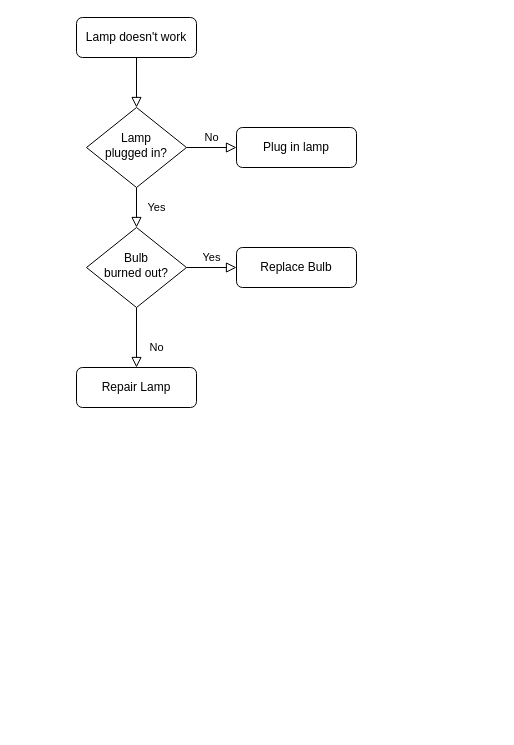
Earlier version of the draw.io diagram 제목 없는 다이어그램.drawio (chamatung/TourKuma). Source tidied: cells renumbered, new cells numbered last; positions are measured from the earlier drawing's top-left corner, leaving out a move shared by most shapes. Both pictures are drawn from the tidied source at 100%, with x=0, y=0 at pixel (76, 17).
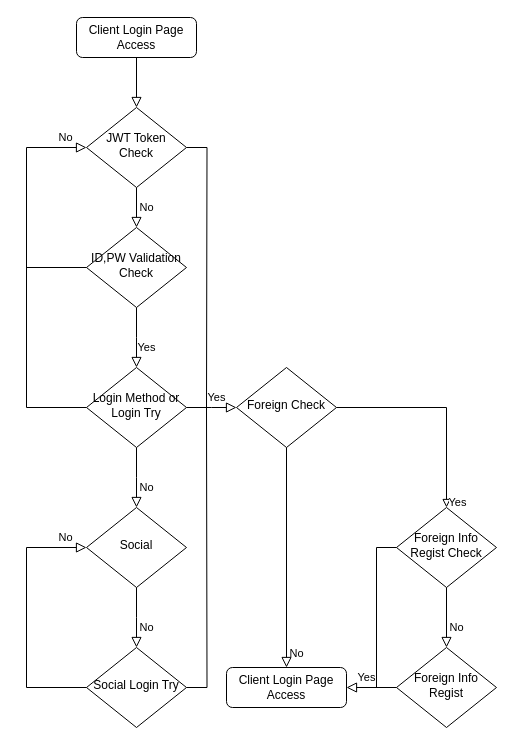
The same page after the edit.

The edit, as a diff of the source:
```diff
@@
-    <mxCell id="3" value="Lamp doesn't work" style="rounded=1;whiteSpace=wrap;html=1;fontSize=12;glass=0;strokeWidth=1;shadow=0;" parent="1" vertex="1">
+    <mxCell id="3" value="Client Login Page Access" style="rounded=1;whiteSpace=wrap;html=1;fontSize=12;glass=0;strokeWidth=1;shadow=0;" parent="1" vertex="1">
       <mxGeometry width="120" height="40" as="geometry" />
     </mxCell>
-    <mxCell id="4" value="Yes" style="rounded=0;html=1;jettySize=auto;fontSize=11;endArrow=block;endFill=0;endSize=8;strokeWidth=1;shadow=0;labelBackgroundColor=none;edgeStyle=orthogonalEdgeStyle;" parent="1" edge="1" source="6" target="10">
-      <mxGeometry y="20" relative="1" as="geometry" />
+    <mxCell id="4" value="No" style="rounded=0;html=1;jettySize=auto;fontSize=11;endArrow=block;endFill=0;endSize=8;strokeWidth=1;shadow=0;labelBackgroundColor=none;edgeStyle=orthogonalEdgeStyle;" parent="1" edge="1" source="6" target="10">
+      <mxGeometry y="10" relative="1" as="geometry" />
     </mxCell>
-    <mxCell id="5" value="No" style="edgeStyle=orthogonalEdgeStyle;rounded=0;html=1;jettySize=auto;fontSize=11;endArrow=block;endFill=0;endSize=8;strokeWidth=1;shadow=0;labelBackgroundColor=none;" parent="1" edge="1" source="6" target="7">
-      <mxGeometry y="10" relative="1" as="geometry" />
-    </mxCell>
-    <mxCell id="6" value="Lamp&lt;br&gt;plugged in?" style="rhombus;whiteSpace=wrap;html=1;shadow=0;fontFamily=Helvetica;fontSize=12;align=center;strokeWidth=1;spacing=6;spacingTop=-4;" parent="1" vertex="1">
+    <mxCell id="6" value="JWT Token Check" style="rhombus;whiteSpace=wrap;html=1;shadow=0;fontFamily=Helvetica;fontSize=12;align=center;strokeWidth=1;spacing=6;spacingTop=-4;" parent="1" vertex="1">
       <mxGeometry x="10" y="90" width="100" height="80" as="geometry" />
     </mxCell>
-    <mxCell id="7" value="Plug in lamp" style="rounded=1;whiteSpace=wrap;html=1;fontSize=12;glass=0;strokeWidth=1;shadow=0;" parent="1" vertex="1">
-      <mxGeometry x="160" y="110" width="120" height="40" as="geometry" />
-    </mxCell>
-    <mxCell id="8" value="No" style="rounded=0;html=1;jettySize=auto;fontSize=11;endArrow=block;endFill=0;endSize=8;strokeWidth=1;shadow=0;labelBackgroundColor=none;edgeStyle=orthogonalEdgeStyle;" parent="1" edge="1" source="10" target="11">
-      <mxGeometry x="0.33" y="20" relative="1" as="geometry" />
+    <mxCell id="8" value="Yes" style="rounded=0;html=1;jettySize=auto;fontSize=11;endArrow=block;endFill=0;endSize=8;strokeWidth=1;shadow=0;labelBackgroundColor=none;edgeStyle=orthogonalEdgeStyle;" parent="1" edge="1" source="10">
+      <mxGeometry x="0.33" y="10" relative="1" as="geometry">
+        <mxPoint x="60" y="350" as="targetPoint" />
+      </mxGeometry>
     </mxCell>
-    <mxCell id="9" value="Yes" style="edgeStyle=orthogonalEdgeStyle;rounded=0;html=1;jettySize=auto;fontSize=11;endArrow=block;endFill=0;endSize=8;strokeWidth=1;shadow=0;labelBackgroundColor=none;" parent="1" edge="1" source="10" target="12">
-      <mxGeometry y="10" relative="1" as="geometry" />
+    <mxCell id="9" value="No" style="edgeStyle=orthogonalEdgeStyle;rounded=0;html=1;jettySize=auto;fontSize=11;endArrow=block;endFill=0;endSize=8;strokeWidth=1;shadow=0;labelBackgroundColor=none;entryX=0;entryY=0.5;entryDx=0;entryDy=0;exitX=0;exitY=0.5;exitDx=0;exitDy=0;" parent="1" edge="1" source="14" target="6">
+      <mxGeometry x="0.89" y="10" relative="1" as="geometry">
+        <Array as="points">
+          <mxPoint x="-50" y="390" />
+          <mxPoint x="-50" y="130" />
+        </Array>
+      </mxGeometry>
     </mxCell>
-    <mxCell id="10" value="Bulb&lt;br&gt;burned out?" style="rhombus;whiteSpace=wrap;html=1;shadow=0;fontFamily=Helvetica;fontSize=12;align=center;strokeWidth=1;spacing=6;spacingTop=-4;" parent="1" vertex="1">
+    <mxCell id="10" value="ID,PW Validation Check" style="rhombus;whiteSpace=wrap;html=1;shadow=0;fontFamily=Helvetica;fontSize=12;align=center;strokeWidth=1;spacing=6;spacingTop=-4;" parent="1" vertex="1">
       <mxGeometry x="10" y="210" width="100" height="80" as="geometry" />
     </mxCell>
-    <mxCell id="11" value="Repair Lamp" style="rounded=1;whiteSpace=wrap;html=1;fontSize=12;glass=0;strokeWidth=1;shadow=0;" parent="1" vertex="1">
-      <mxGeometry y="350" width="120" height="40" as="geometry" />
-    </mxCell>
-    <mxCell id="12" value="Replace Bulb" style="rounded=1;whiteSpace=wrap;html=1;fontSize=12;glass=0;strokeWidth=1;shadow=0;" parent="1" vertex="1">
-      <mxGeometry x="160" y="230" width="120" height="40" as="geometry" />
-    </mxCell>
+    <mxCell id="13" value="No" style="rounded=0;html=1;jettySize=auto;fontSize=11;endArrow=block;endFill=0;endSize=8;strokeWidth=1;shadow=0;labelBackgroundColor=none;edgeStyle=orthogonalEdgeStyle;" parent="1" edge="1" source="14">
+      <mxGeometry x="0.33" y="10" relative="1" as="geometry">
+        <mxPoint x="60" y="490" as="targetPoint" />
+      </mxGeometry>
+    </mxCell>
+    <mxCell id="14" value="Login Method or Login Try" style="rhombus;whiteSpace=wrap;html=1;shadow=0;fontFamily=Helvetica;fontSize=12;align=center;strokeWidth=1;spacing=6;spacingTop=-4;" parent="1" vertex="1">
+      <mxGeometry x="10" y="350" width="100" height="80" as="geometry" />
+    </mxCell>
+    <mxCell id="15" value="Yes" style="edgeStyle=orthogonalEdgeStyle;rounded=0;html=1;jettySize=auto;fontSize=11;endArrow=block;endFill=0;endSize=8;strokeWidth=1;shadow=0;labelBackgroundColor=none;exitX=1;exitY=0.5;exitDx=0;exitDy=0;" parent="1" edge="1" source="14">
+      <mxGeometry x="0.22" y="10" relative="1" as="geometry">
+        <mxPoint x="160" y="390" as="targetPoint" />
+      </mxGeometry>
+    </mxCell>
+    <mxCell id="16" value="Foreign Check" style="rhombus;whiteSpace=wrap;html=1;shadow=0;fontFamily=Helvetica;fontSize=12;align=center;strokeWidth=1;spacing=6;spacingTop=-4;" parent="1" vertex="1">
+      <mxGeometry x="160" y="350" width="100" height="80" as="geometry" />
+    </mxCell>
+    <mxCell id="17" style="endArrow=none;html=1;rounded=0;exitX=0;exitY=0.5;exitDx=0;exitDy=0;" parent="1" edge="1" source="10">
+      <mxGeometry relative="1" as="geometry">
+        <mxPoint x="-50" y="250" as="targetPoint" />
+      </mxGeometry>
+    </mxCell>
+    <mxCell id="18" value="Social" style="rhombus;whiteSpace=wrap;html=1;shadow=0;fontFamily=Helvetica;fontSize=12;align=center;strokeWidth=1;spacing=6;spacingTop=-4;" parent="1" vertex="1">
+      <mxGeometry x="10" y="490" width="100" height="80" as="geometry" />
+    </mxCell>
+    <mxCell id="19" value="No" style="rounded=0;html=1;jettySize=auto;fontSize=11;endArrow=block;endFill=0;endSize=8;strokeWidth=1;shadow=0;labelBackgroundColor=none;edgeStyle=orthogonalEdgeStyle;" parent="1" edge="1" source="18">
+      <mxGeometry x="0.33" y="10" relative="1" as="geometry">
+        <mxPoint x="60" y="630" as="targetPoint" />
+      </mxGeometry>
+    </mxCell>
+    <mxCell id="20" value="Social Login Try" style="rhombus;whiteSpace=wrap;html=1;shadow=0;fontFamily=Helvetica;fontSize=12;align=center;strokeWidth=1;spacing=6;spacingTop=-4;" parent="1" vertex="1">
+      <mxGeometry x="10" y="630" width="100" height="80" as="geometry" />
+    </mxCell>
+    <mxCell id="21" value="No" style="edgeStyle=orthogonalEdgeStyle;rounded=0;html=1;jettySize=auto;fontSize=11;endArrow=block;endFill=0;endSize=8;strokeWidth=1;shadow=0;labelBackgroundColor=none;entryX=0;entryY=0.5;entryDx=0;entryDy=0;exitX=0;exitY=0.5;exitDx=0;exitDy=0;" parent="1" edge="1" source="20" target="18">
+      <mxGeometry x="0.84" y="10" relative="1" as="geometry">
+        <Array as="points">
+          <mxPoint x="-50" y="670" />
+          <mxPoint x="-50" y="530" />
+        </Array>
+      </mxGeometry>
+    </mxCell>
+    <mxCell id="22" value="No" style="edgeStyle=orthogonalEdgeStyle;rounded=0;html=1;jettySize=auto;fontSize=11;endArrow=block;endFill=0;endSize=8;strokeWidth=1;shadow=0;labelBackgroundColor=none;exitX=0.5;exitY=1;exitDx=0;exitDy=0;entryX=0.5;entryY=0;entryDx=0;entryDy=0;" parent="1" edge="1" source="16" target="26">
+      <mxGeometry x="0.87" y="10" relative="1" as="geometry">
+        <Array as="points">
+          <mxPoint x="210" y="650" />
+        </Array>
+      </mxGeometry>
+    </mxCell>
+    <mxCell id="23" value="Foreign Info Regist Check" style="rhombus;whiteSpace=wrap;html=1;shadow=0;fontFamily=Helvetica;fontSize=12;align=center;strokeWidth=1;spacing=6;spacingTop=-4;" parent="1" vertex="1">
+      <mxGeometry x="320" y="490" width="100" height="80" as="geometry" />
+    </mxCell>
+    <mxCell id="24" style="endArrow=block;html=1;rounded=0;exitX=1;exitY=0.5;exitDx=0;exitDy=0;entryX=0.5;entryY=0;entryDx=0;entryDy=0;edgeStyle=orthogonalEdgeStyle;endFill=0;" parent="1" edge="1" source="16" target="23">
+      <mxGeometry relative="1" as="geometry" />
+    </mxCell>
+    <mxCell id="25" value="Yes" style="edgeLabel;html=1;align=center;verticalAlign=middle;" parent="24" vertex="1">
+      <mxGeometry x="0.66" y="2" relative="1" as="geometry">
+        <mxPoint x="8" y="30" as="offset" />
+      </mxGeometry>
+    </mxCell>
+    <mxCell id="26" value="Client Login Page Access" style="rounded=1;whiteSpace=wrap;html=1;fontSize=12;glass=0;strokeWidth=1;shadow=0;" parent="1" vertex="1">
+      <mxGeometry x="150" y="650" width="120" height="40" as="geometry" />
+    </mxCell>
+    <mxCell id="27" value="Foreign Info Regist" style="rhombus;whiteSpace=wrap;html=1;shadow=0;fontFamily=Helvetica;fontSize=12;align=center;strokeWidth=1;spacing=6;spacingTop=-4;" parent="1" vertex="1">
+      <mxGeometry x="320" y="630" width="100" height="80" as="geometry" />
+    </mxCell>
+    <mxCell id="28" value="No" style="rounded=0;html=1;jettySize=auto;orthogonalLoop=1;fontSize=11;endArrow=block;endFill=0;endSize=8;strokeWidth=1;shadow=0;labelBackgroundColor=none;edgeStyle=orthogonalEdgeStyle;" parent="1" edge="1">
+      <mxGeometry x="0.33" y="10" relative="1" as="geometry">
+        <mxPoint x="370" y="570" as="sourcePoint" />
+        <mxPoint x="370" y="630" as="targetPoint" />
+      </mxGeometry>
+    </mxCell>
+    <mxCell id="29" value="Yes" style="edgeStyle=orthogonalEdgeStyle;rounded=0;html=1;jettySize=auto;fontSize=11;endArrow=block;endFill=0;endSize=8;strokeWidth=1;shadow=0;labelBackgroundColor=none;exitX=0;exitY=0.5;exitDx=0;exitDy=0;entryX=1;entryY=0.5;entryDx=0;entryDy=0;" parent="1" edge="1" source="27" target="26">
+      <mxGeometry x="0.2" y="-10" relative="1" as="geometry" />
+    </mxCell>
+    <mxCell id="30" style="endArrow=none;html=1;rounded=0;exitX=0;exitY=0.5;exitDx=0;exitDy=0;edgeStyle=orthogonalEdgeStyle;" parent="1" edge="1" source="23">
+      <mxGeometry relative="1" as="geometry">
+        <mxPoint x="310" y="670" as="targetPoint" />
+        <Array as="points">
+          <mxPoint x="300" y="530" />
+          <mxPoint x="300" y="670" />
+        </Array>
+      </mxGeometry>
+    </mxCell>
+    <mxCell id="31" style="endArrow=none;html=1;rounded=0;exitX=1;exitY=0.5;exitDx=0;exitDy=0;edgeStyle=orthogonalEdgeStyle;" parent="1" edge="1" source="20">
+      <mxGeometry relative="1" as="geometry">
+        <mxPoint x="130" y="390" as="targetPoint" />
+      </mxGeometry>
+    </mxCell>
+    <mxCell id="32" style="endArrow=none;html=1;rounded=0;exitX=1;exitY=0.5;exitDx=0;exitDy=0;edgeStyle=orthogonalEdgeStyle;" parent="1" edge="1" source="6">
+      <mxGeometry relative="1" as="geometry">
+        <mxPoint x="130" y="390" as="targetPoint" />
+      </mxGeometry>
+    </mxCell>
```
